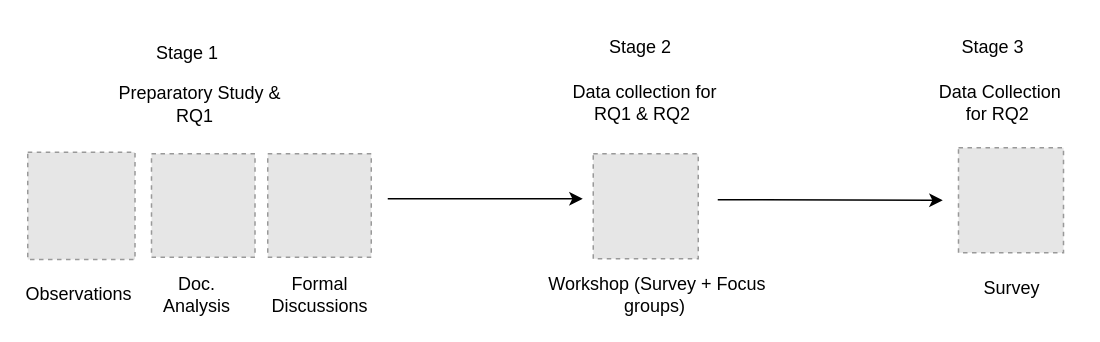
amnapir/Figures keeps this draw.io diagram as Method.drawio. Above is the earlier version. Source tidied: cells renumbered, new cells numbered last; positions are measured from the earlier drawing's top-left corner, leaving out a move shared by most shapes. Both pictures are drawn from the tidied source at 150%, with x=0, y=0 at pixel (27, 26). Pictures stored in the file or linked from it are replaced by grey dashed boxes.
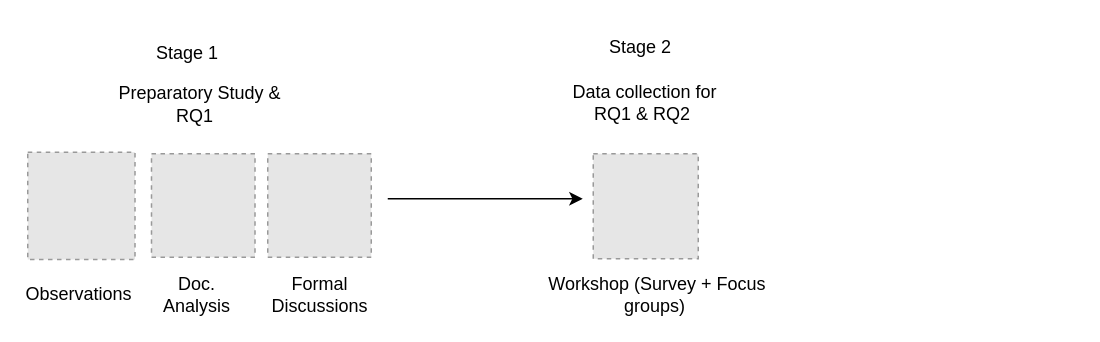
The same page after the edit.

The edit, as a diff of the source:
```diff
@@
-    <mxCell id="2" style="fillColor=#E6E6E6;strokeColor=#999999;dashed=1;verticalLabelPosition=bottom;labelBackgroundColor=default;verticalAlign=top;" parent="1" vertex="1">
-      <mxGeometry x="620.5" y="81" width="70" height="70" as="geometry" />
-    </mxCell>
@@
-    <mxCell id="13" value="Survey&amp;nbsp;" style="text;html=1;strokeColor=none;fillColor=none;align=center;verticalAlign=middle;whiteSpace=wrap;rounded=0;" parent="1" vertex="1">
-      <mxGeometry x="627.5" y="160" width="60" height="30" as="geometry" />
-    </mxCell>
-    <mxCell id="14" value="Data Collection for RQ2&amp;nbsp;" style="text;html=1;strokeColor=none;fillColor=none;align=center;verticalAlign=middle;whiteSpace=wrap;rounded=0;" parent="1" vertex="1">
-      <mxGeometry x="600" y="36" width="97" height="30" as="geometry" />
-    </mxCell>
@@
-    <mxCell id="17" value="Stage 3" style="text;whiteSpace=wrap;" parent="1" vertex="1">
-      <mxGeometry x="620.5" width="48.2" height="40" as="geometry" />
-    </mxCell>
@@
-    <mxCell id="19" style="endArrow=classic;html=1;rounded=0;" parent="1" edge="1">
-      <mxGeometry relative="1" as="geometry">
-        <mxPoint x="460" y="115.6" as="sourcePoint" />
-        <mxPoint x="610" y="116" as="targetPoint" />
-      </mxGeometry>
-    </mxCell>
```
